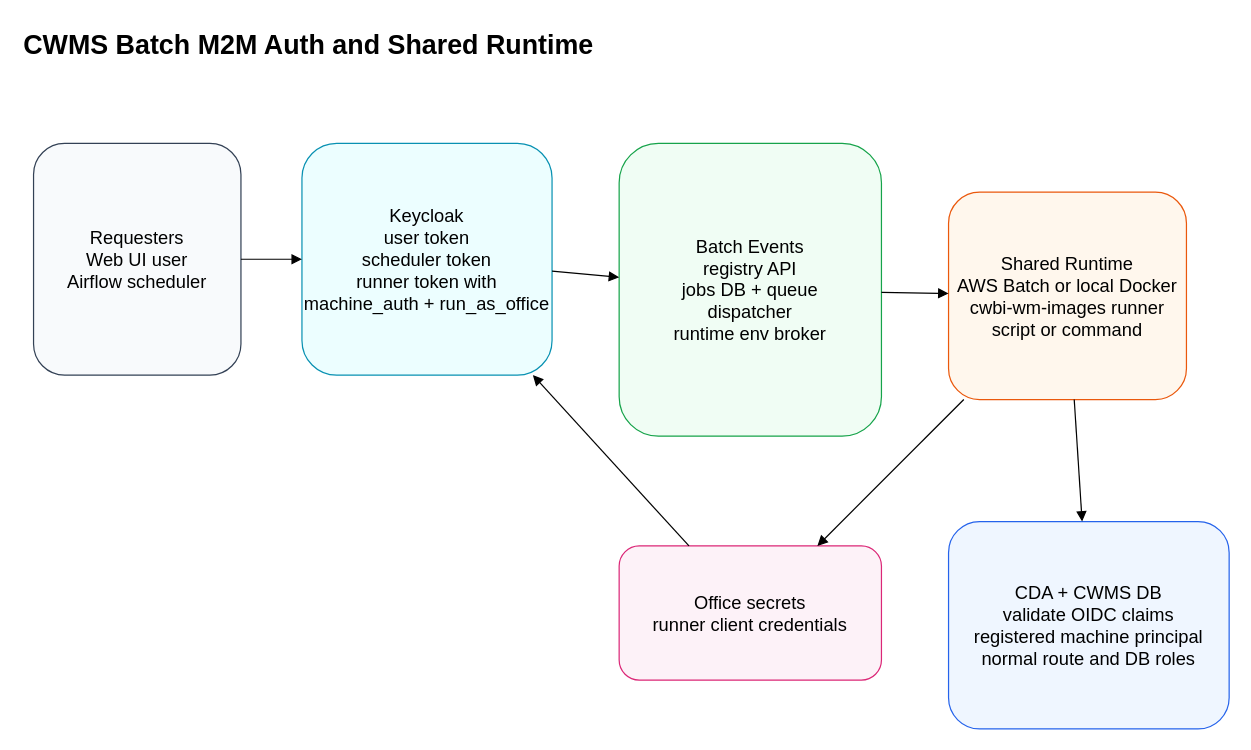
This is docs/source/decisions/diagrams/batch-m2m-overview.drawio from USACE/cwms-data-api, a draw.io file, before an edit. Source tidied: cells renumbered, new cells numbered last; positions are measured from the earlier drawing's top-left corner, leaving out a move shared by most shapes. Both pictures are drawn from the tidied source at 122%, with x=0, y=0 at pixel (21, 21).
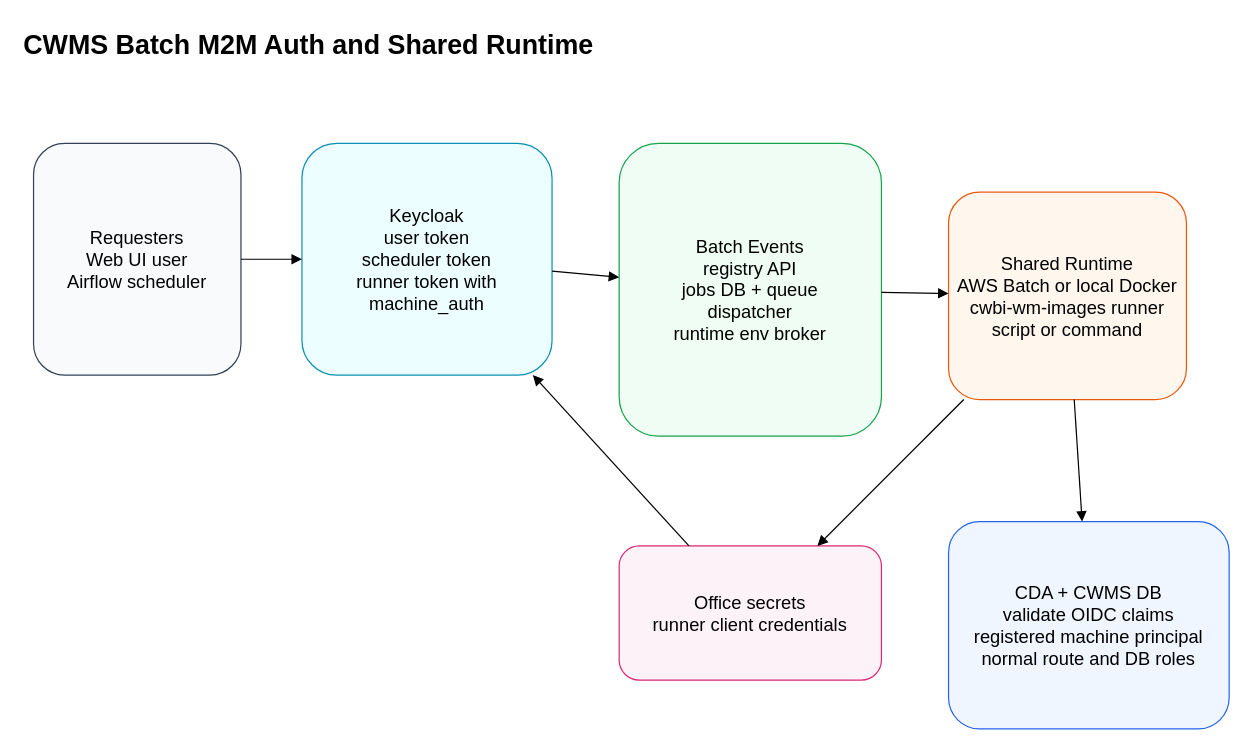
The same diagram, later.

Commit message (it also covers changes not shown here):
Require signed batch job context

The edit, as a diff of the source:
```diff
@@
 <mxGraphModel>
   <root>
     <mxCell id="0" />
     <mxCell id="1" parent="0" />
     <mxCell id="2" value="CWMS Batch M2M Auth and Shared Runtime" style="text;html=1;strokeColor=none;fillColor=none;fontSize=22;fontStyle=1;align=left;" parent="1" vertex="1">
       <mxGeometry width="520" height="40" as="geometry" />
     </mxCell>
     <mxCell id="3" value="Requesters&#10;Web UI user&#10;Airflow scheduler" style="rounded=1;whiteSpace=wrap;html=1;fillColor=#f8fafc;strokeColor=#334155;fontSize=15;" parent="1" vertex="1">
       <mxGeometry x="10" y="100" width="170" height="190" as="geometry" />
     </mxCell>
-    <mxCell id="4" value="Keycloak&#10;user token&#10;scheduler token&#10;runner token with machine_auth + run_as_office" style="rounded=1;whiteSpace=wrap;html=1;fillColor=#ecfeff;strokeColor=#0891b2;fontSize=15;" parent="1" vertex="1">
+    <mxCell id="4" value="Keycloak&#10;user token&#10;scheduler token&#10;runner token with machine_auth" style="rounded=1;whiteSpace=wrap;html=1;fillColor=#ecfeff;strokeColor=#0891b2;fontSize=15;" parent="1" vertex="1">
       <mxGeometry x="230" y="100" width="205" height="190" as="geometry" />
     </mxCell>
     <mxCell id="5" value="Batch Events&#10;registry API&#10;jobs DB + queue&#10;dispatcher&#10;runtime env broker" style="rounded=1;whiteSpace=wrap;html=1;fillColor=#f0fdf4;strokeColor=#16a34a;fontSize=15;" parent="1" vertex="1">
       <mxGeometry x="490" y="100" width="215" height="240" as="geometry" />
     </mxCell>
     <mxCell id="6" value="Shared Runtime&#10;AWS Batch or local Docker&#10;cwbi-wm-images runner&#10;script or command" style="rounded=1;whiteSpace=wrap;html=1;fillColor=#fff7ed;strokeColor=#ea580c;fontSize=15;" parent="1" vertex="1">
       <mxGeometry x="760" y="140" width="195" height="170" as="geometry" />
     </mxCell>
     <mxCell id="7" value="CDA + CWMS DB&#10;validate OIDC claims&#10;registered machine principal&#10;normal route and DB roles" style="rounded=1;whiteSpace=wrap;html=1;fillColor=#eff6ff;strokeColor=#2563eb;fontSize=15;" parent="1" vertex="1">
       <mxGeometry x="760" y="410" width="230" height="170" as="geometry" />
     </mxCell>
     <mxCell id="8" value="Office secrets&#10;runner client credentials" style="rounded=1;whiteSpace=wrap;html=1;fillColor=#fdf2f8;strokeColor=#db2777;fontSize=15;" parent="1" vertex="1">
       <mxGeometry x="490" y="430" width="215" height="110" as="geometry" />
     </mxCell>
     <mxCell id="9" style="endArrow=block;html=1;rounded=0;" parent="1" edge="1" source="3" target="4">
       <mxGeometry relative="1" as="geometry" />
     </mxCell>
     <mxCell id="10" style="endArrow=block;html=1;rounded=0;" parent="1" edge="1" source="4" target="5">
       <mxGeometry relative="1" as="geometry" />
     </mxCell>
     <mxCell id="11" style="endArrow=block;html=1;rounded=0;" parent="1" edge="1" source="5" target="6">
       <mxGeometry relative="1" as="geometry" />
     </mxCell>
     <mxCell id="12" style="endArrow=block;html=1;rounded=0;" parent="1" edge="1" source="6" target="8">
       <mxGeometry relative="1" as="geometry" />
     </mxCell>
     <mxCell id="13" style="endArrow=block;html=1;rounded=0;" parent="1" edge="1" source="8" target="4">
       <mxGeometry relative="1" as="geometry" />
     </mxCell>
     <mxCell id="14" style="endArrow=block;html=1;rounded=0;" parent="1" edge="1" source="6" target="7">
       <mxGeometry relative="1" as="geometry" />
     </mxCell>
   </root>
 </mxGraphModel>
```
